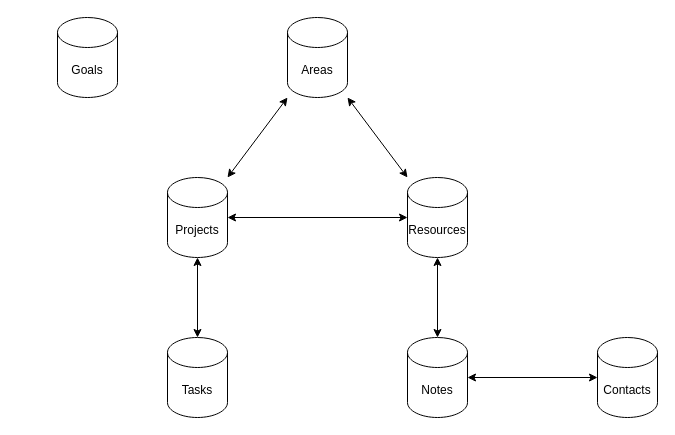
This is Second Brain.drawio from tomboo/diagrams, a draw.io file, before an edit. Source tidied: cells renumbered, new cells numbered last; positions are measured from the earlier drawing's top-left corner, leaving out a move shared by most shapes. Both pictures are drawn from the tidied source at 100%, with x=0, y=0 at pixel (57, 17).
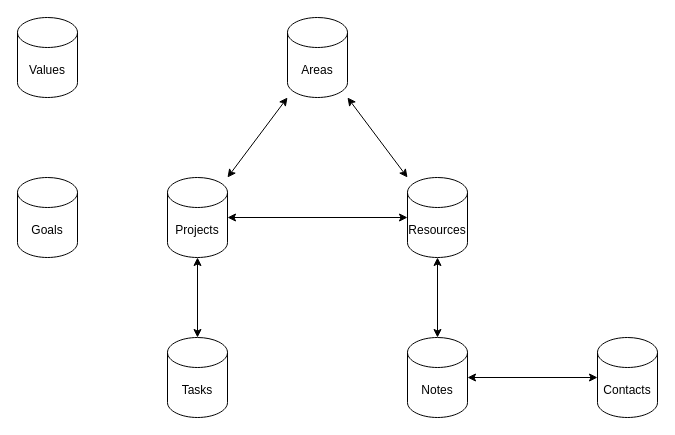
After the change.

Diff of the diagram source:
```diff
@@
 <mxGraphModel>
   <root>
     <mxCell id="0" />
     <mxCell id="1" parent="0" />
     <mxCell id="2" value="Areas" style="shape=cylinder3;whiteSpace=wrap;html=1;boundedLbl=1;backgroundOutline=1;size=15;" parent="1" vertex="1">
       <mxGeometry x="230" width="60" height="80" as="geometry" />
     </mxCell>
     <mxCell id="3" value="Projects" style="shape=cylinder3;whiteSpace=wrap;html=1;boundedLbl=1;backgroundOutline=1;size=15;" parent="1" vertex="1">
       <mxGeometry x="110" y="160" width="60" height="80" as="geometry" />
     </mxCell>
     <mxCell id="4" value="Tasks" style="shape=cylinder3;whiteSpace=wrap;html=1;boundedLbl=1;backgroundOutline=1;size=15;" parent="1" vertex="1">
       <mxGeometry x="110" y="320" width="60" height="80" as="geometry" />
     </mxCell>
     <mxCell id="5" style="endArrow=classic;startArrow=classic;html=1;rounded=0;" parent="1" edge="1" source="4" target="3">
       <mxGeometry relative="1" as="geometry" />
     </mxCell>
     <mxCell id="6" style="endArrow=classic;startArrow=classic;html=1;rounded=0;" parent="1" edge="1" source="3" target="2">
       <mxGeometry relative="1" as="geometry" />
     </mxCell>
     <mxCell id="7" value="Resources" style="shape=cylinder3;whiteSpace=wrap;html=1;boundedLbl=1;backgroundOutline=1;size=15;" parent="1" vertex="1">
       <mxGeometry x="350" y="160" width="60" height="80" as="geometry" />
     </mxCell>
     <mxCell id="8" style="endArrow=classic;startArrow=classic;html=1;rounded=0;" parent="1" edge="1" source="7" target="2">
       <mxGeometry relative="1" as="geometry" />
     </mxCell>
     <mxCell id="9" value="Notes" style="shape=cylinder3;whiteSpace=wrap;html=1;boundedLbl=1;backgroundOutline=1;size=15;" parent="1" vertex="1">
       <mxGeometry x="350" y="320" width="60" height="80" as="geometry" />
     </mxCell>
     <mxCell id="10" style="endArrow=classic;startArrow=classic;html=1;rounded=0;" parent="1" edge="1" source="9" target="7">
       <mxGeometry relative="1" as="geometry" />
     </mxCell>
     <mxCell id="11" style="endArrow=classic;startArrow=classic;html=1;rounded=0;" parent="1" edge="1" source="3" target="7">
       <mxGeometry relative="1" as="geometry" />
     </mxCell>
     <mxCell id="12" value="Contacts" style="shape=cylinder3;whiteSpace=wrap;html=1;boundedLbl=1;backgroundOutline=1;size=15;" parent="1" vertex="1">
       <mxGeometry x="540" y="320" width="60" height="80" as="geometry" />
     </mxCell>
     <mxCell id="13" style="endArrow=classic;startArrow=classic;html=1;rounded=0;" parent="1" edge="1" source="9" target="12">
       <mxGeometry relative="1" as="geometry" />
     </mxCell>
     <mxCell id="14" value="Goals" style="shape=cylinder3;whiteSpace=wrap;html=1;boundedLbl=1;backgroundOutline=1;size=15;" parent="1" vertex="1">
-      <mxGeometry width="60" height="80" as="geometry" />
+      <mxGeometry x="-40" y="160" width="60" height="80" as="geometry" />
     </mxCell>
+    <mxCell id="15" value="Values" style="shape=cylinder3;whiteSpace=wrap;html=1;boundedLbl=1;backgroundOutline=1;size=15;" parent="1" vertex="1">
+      <mxGeometry x="-40" width="60" height="80" as="geometry" />
+    </mxCell>
   </root>
 </mxGraphModel>
```
